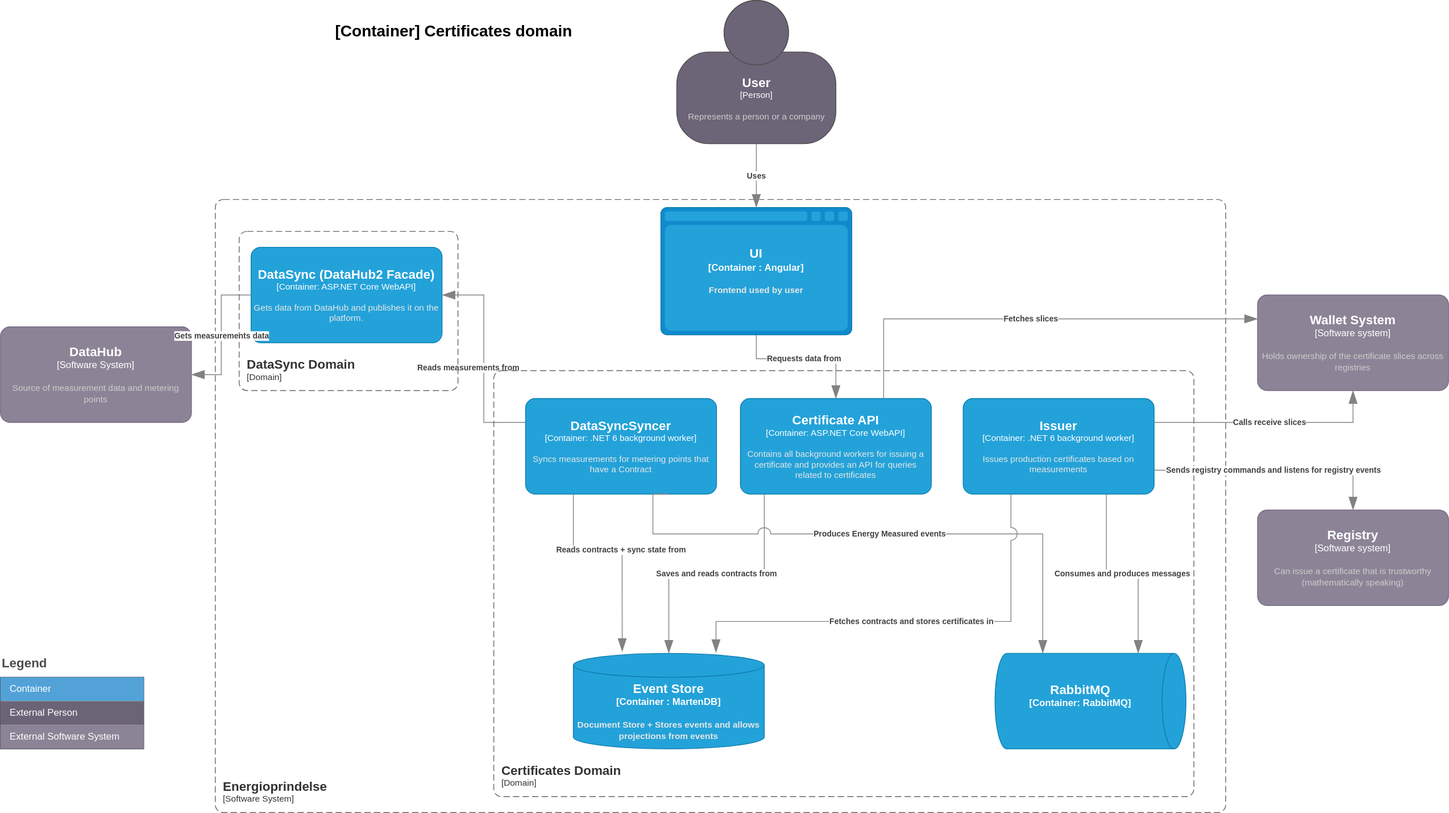
The draw.io diagram doc/architecture/diagrams/certificates.current.container.drawio.svg in Energinet-DataHub/energy-origin, before a commit. Source tidied: cells renumbered, new cells last; positions are measured from the earlier drawing's top-left corner, leaving out a move shared by most shapes.
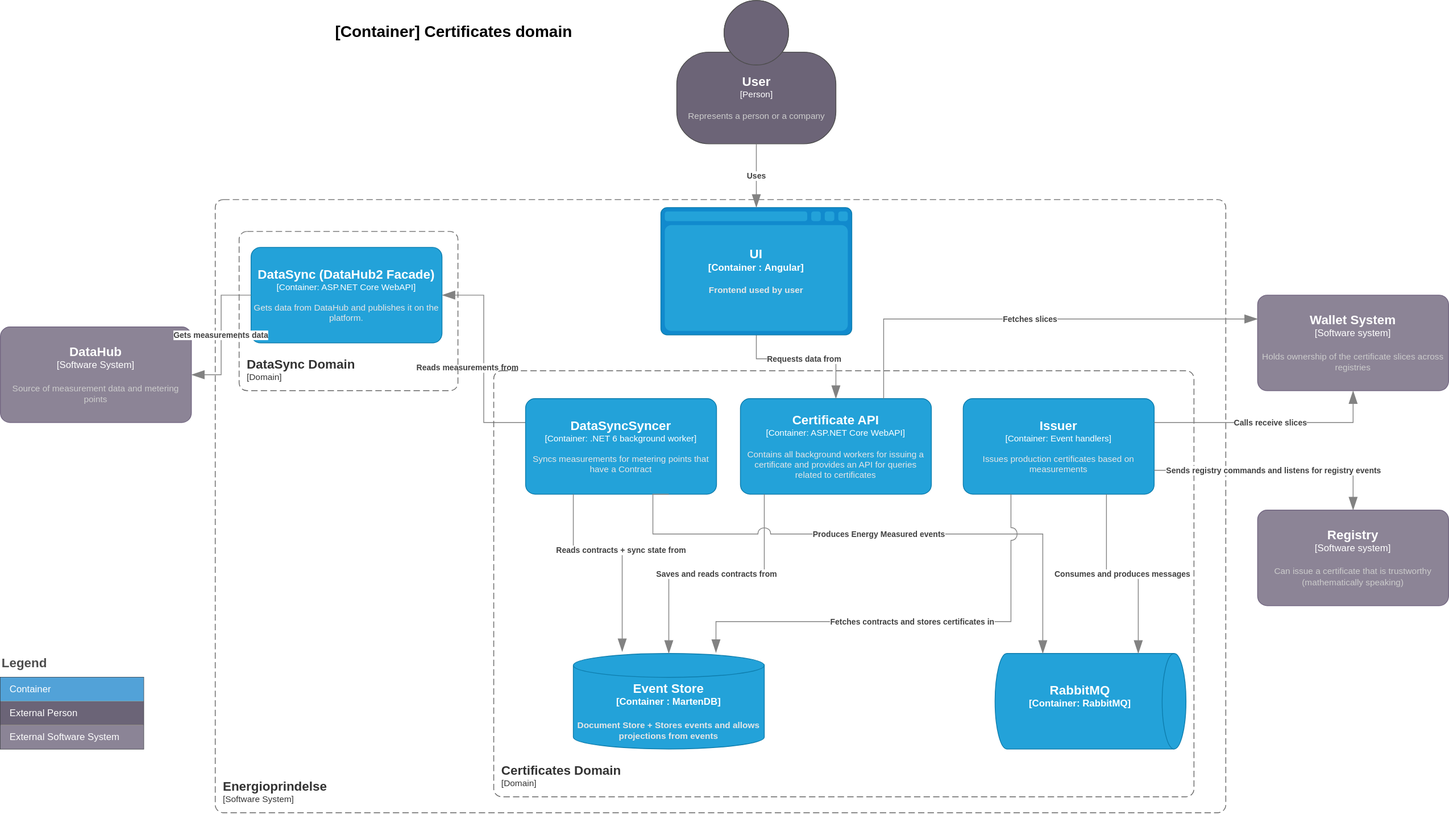
The same diagram one commit later.

Diff of the diagram source:
```diff
@@ -104,7 +104,7 @@
         <mxGeometry x="1250" y="820" width="240" height="120" as="geometry" />
       </mxCell>
     </object>
-    <object id="23" label="&lt;font style=&quot;font-size: 16px&quot;&gt;&lt;b&gt;%c4Name%&lt;/b&gt;&lt;/font&gt;&lt;div&gt;[%c4Type%: %c4Technology%]&lt;/div&gt;&lt;br&gt;&lt;div&gt;&lt;font style=&quot;font-size: 11px&quot;&gt;&lt;font color=&quot;#E6E6E6&quot;&gt;%c4Description%&lt;/font&gt;&lt;/div&gt;" c4Description="Issues production certificates based on measurements" c4Name="Issuer" c4Technology=".NET 6 background worker" c4Type="Container" placeholders="1">
+    <object id="23" label="&lt;font style=&quot;font-size: 16px&quot;&gt;&lt;b&gt;%c4Name%&lt;/b&gt;&lt;/font&gt;&lt;div&gt;[%c4Type%: %c4Technology%]&lt;/div&gt;&lt;br&gt;&lt;div&gt;&lt;font style=&quot;font-size: 11px&quot;&gt;&lt;font color=&quot;#E6E6E6&quot;&gt;%c4Description%&lt;/font&gt;&lt;/div&gt;" c4Description="Issues production certificates based on measurements" c4Name="Issuer" c4Technology="Event handlers" c4Type="Container" placeholders="1">
       <mxCell style="rounded=1;whiteSpace=wrap;html=1;fontSize=11;labelBackgroundColor=none;fillColor=#23A2D9;fontColor=#ffffff;align=center;arcSize=10;strokeColor=#0E7DAD;points=[[0.25,0,0],[0.5,0,0],[0.75,0,0],[1,0.25,0],[1,0.5,0],[1,0.75,0],[0.75,1,0],[0.5,1,0],[0.25,1,0],[0,0.75,0],[0,0.5,0],[0,0.25,0]];" parent="1" vertex="1">
         <mxGeometry x="1210" y="500" width="240" height="120" as="geometry" />
       </mxCell>
```
